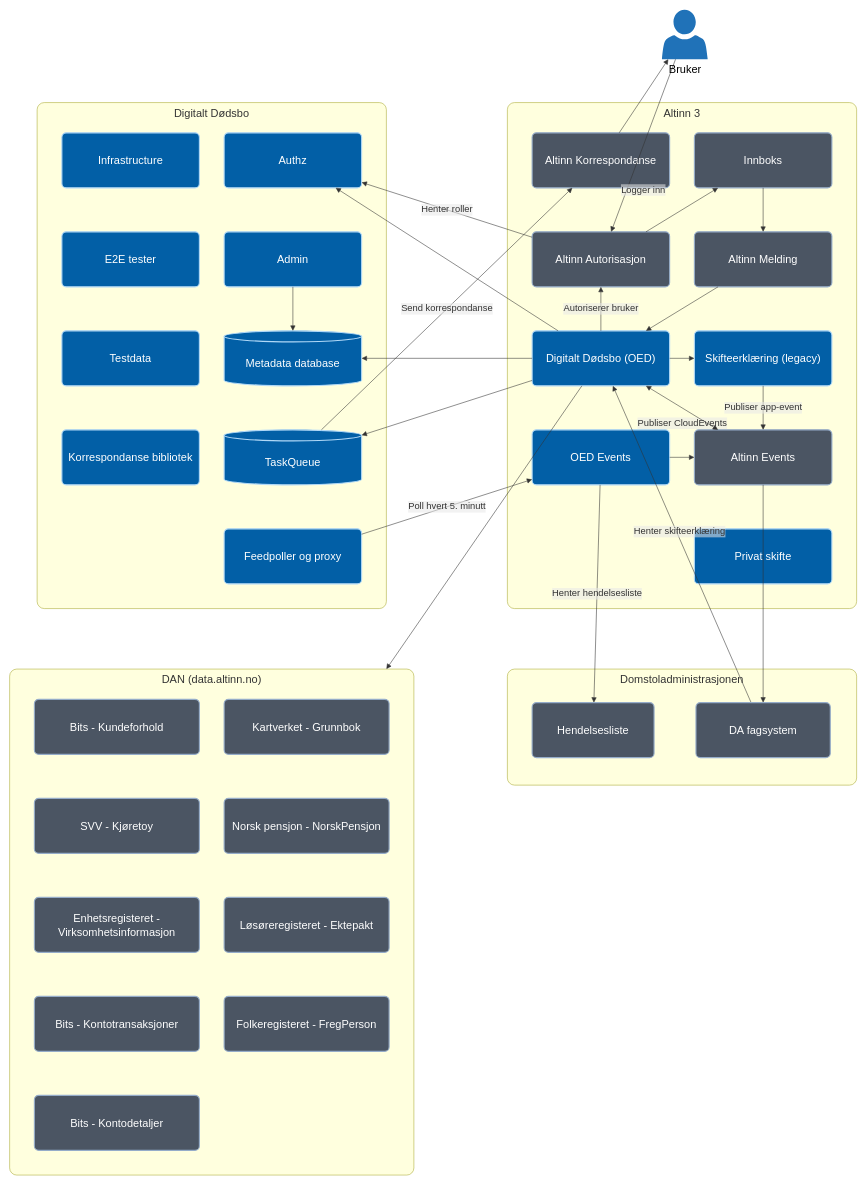
The draw.io diagram docs/oed.drawio in Altinn/oed, before the edit. Source tidied: cells renumbered, new cells numbered last; positions are measured from the earlier drawing's top-left corner, leaving out a move shared by most shapes. Both pictures are drawn from the tidied source at 55%, with x=0, y=0 at pixel (9, 9).
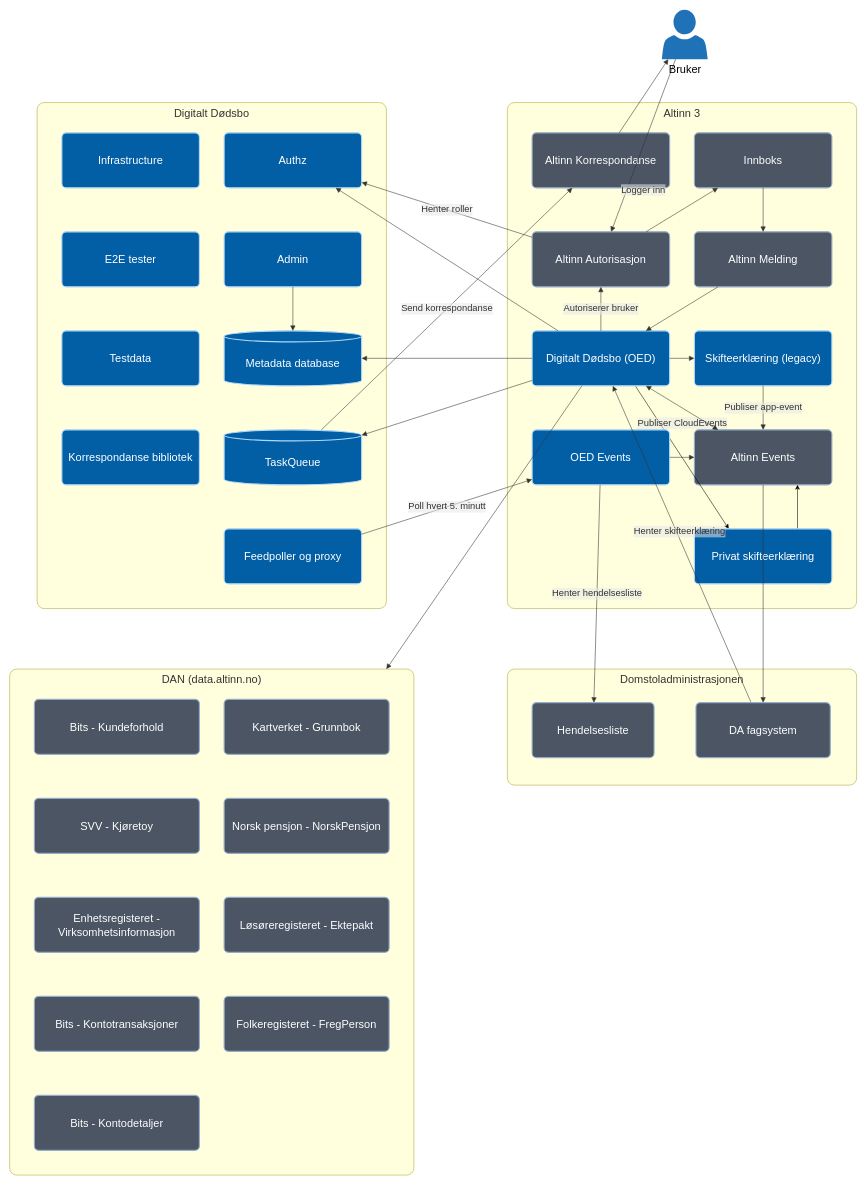
The same page after the edit.

The change refers to these unchanged cells:
```xml
<mxCell id="13" value="Altinn 3" style="html=1;whiteSpace=wrap;strokeWidth=1;verticalAlign=top;fillColor=light-dark(#ffffde,#1f2020);strokeColor=light-dark(#aaaa33,#cccccc);fontColor=light-dark(#333333,#cccccc);fontFamily=Helvetica;fontSize=20;rounded=1;absoluteArcSize=1;arcSize=26;" parent="1" vertex="1">
  <mxGeometry x="905" y="169" width="635" height="920" as="geometry" />
</mxCell>
<mxCell id="15" value="Altinn Events" style="html=1;whiteSpace=wrap;strokeWidth=2;fillColor=#4b5563;strokeColor=#95acc9;fontColor=#fff;fontFamily=Helvetica;fontSize=20;rounded=1;absoluteArcSize=1;arcSize=16;" parent="13" vertex="1">
  <mxGeometry x="340" y="595" width="250" height="100" as="geometry" />
</mxCell>
<mxCell id="18" value="Digitalt Dødsbo (OED)" style="html=1;whiteSpace=wrap;strokeWidth=2;fillColor=#025fa6;strokeColor=#b0d8f7;fontColor=#fff;fontFamily=Helvetica;fontSize=20;rounded=1;absoluteArcSize=1;arcSize=16;" parent="13" vertex="1">
  <mxGeometry x="45" y="415" width="250" height="100" as="geometry" />
</mxCell>
```

What changed in the source:
```diff
@@
+    <mxCell id="57" style="rounded=0;jettySize=auto;html=1;exitX=0.75;exitY=1;exitDx=0;exitDy=0;entryX=0.25;entryY=0;entryDx=0;entryDy=0;strokeColor=default;" parent="13" edge="1" source="18" target="22">
+      <mxGeometry relative="1" as="geometry" />
+    </mxCell>
@@
+    <mxCell id="58" style="edgeStyle=orthogonalEdgeStyle;rounded=0;jettySize=auto;html=1;exitX=0.75;exitY=0;exitDx=0;exitDy=0;entryX=0.75;entryY=1;entryDx=0;entryDy=0;" parent="13" edge="1" source="22" target="15">
+      <mxGeometry relative="1" as="geometry" />
+    </mxCell>
-    <mxCell id="22" value="Privat skifte" style="html=1;whiteSpace=wrap;strokeWidth=2;fillColor=#025fa6;strokeColor=#b0d8f7;fontColor=#fff;fontFamily=Helvetica;fontSize=20;rounded=1;absoluteArcSize=1;arcSize=16;" parent="13" vertex="1">
+    <mxCell id="22" value="Privat skifteerklæring" style="html=1;whiteSpace=wrap;strokeWidth=2;fillColor=#025fa6;strokeColor=#b0d8f7;fontColor=#fff;fontFamily=Helvetica;fontSize=20;rounded=1;absoluteArcSize=1;arcSize=16;" parent="13" vertex="1">
       <mxGeometry x="340" y="775" width="250" height="100" as="geometry" />
     </mxCell>
```
